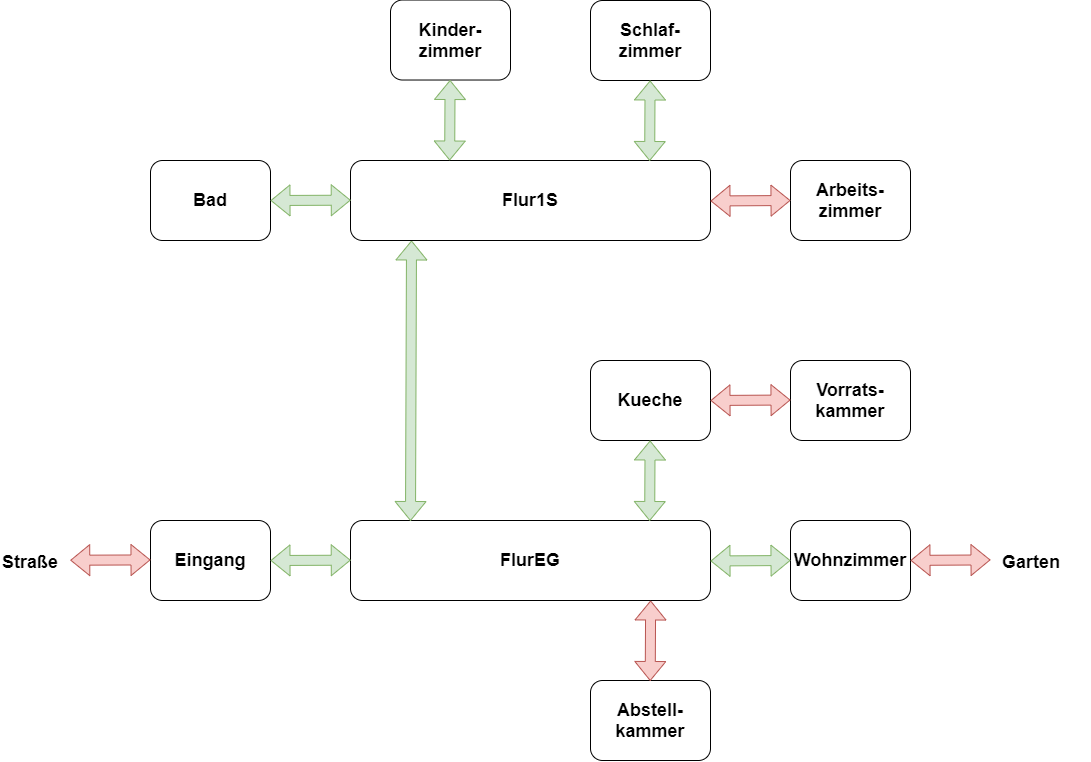
Above: Map.png in Elegond/AE-Text-Adventure (draw.io), before the change. Source tidied: cells renumbered, new cells last; positions are measured from the earlier drawing's top-left corner, leaving out a move shared by most shapes.
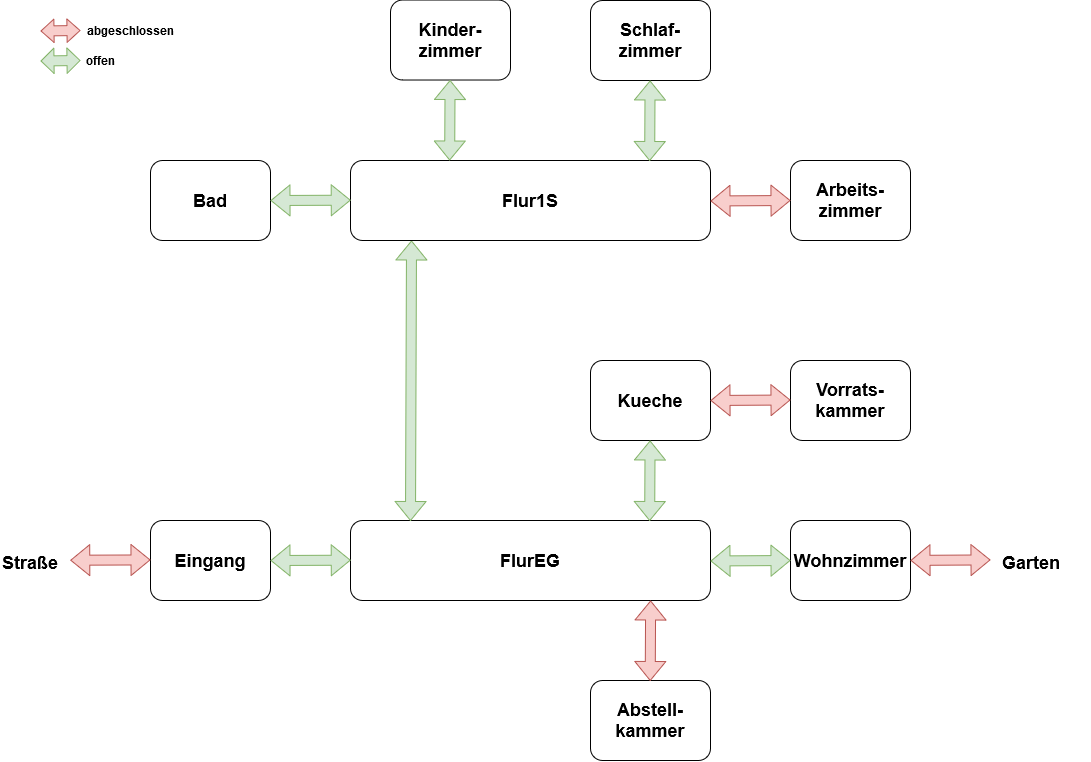
Later version of the same file.

The edit, as a diff of the source:
```diff
@@ -107,5 +107,23 @@
     <mxCell id="26" value="&lt;h2&gt;Straße&lt;/h2&gt;" style="text;whiteSpace=wrap;html=1;" parent="1" vertex="1">
       <mxGeometry y="530" width="140" height="60" as="geometry" />
     </mxCell>
+    <mxCell id="27" style="shape=flexArrow;endArrow=classic;startArrow=classic;html=1;exitX=0.831;exitY=0.006;exitDx=0;exitDy=0;exitPerimeter=0;fillColor=#f8cecc;strokeColor=#b85450;endSize=4;startSize=4;startWidth=12.4;endWidth=12.4;" parent="1" edge="1">
+      <mxGeometry relative="1" as="geometry">
+        <mxPoint x="40" y="30.5" as="sourcePoint" />
+        <mxPoint x="80" y="30" as="targetPoint" />
+      </mxGeometry>
+    </mxCell>
+    <mxCell id="28" style="shape=flexArrow;endArrow=classic;startArrow=classic;html=1;exitX=0.831;exitY=0.006;exitDx=0;exitDy=0;exitPerimeter=0;fillColor=#d5e8d4;strokeColor=#82b366;endSize=4;startSize=4;endWidth=14.4;startWidth=14.4;" parent="1" edge="1">
+      <mxGeometry relative="1" as="geometry">
+        <mxPoint x="40" y="60.5" as="sourcePoint" />
+        <mxPoint x="80" y="60" as="targetPoint" />
+      </mxGeometry>
+    </mxCell>
+    <mxCell id="29" value="abgeschlossen" style="text;html=1;strokeColor=none;fillColor=none;align=center;verticalAlign=middle;whiteSpace=wrap;rounded=0;fontStyle=1;" parent="1" vertex="1">
+      <mxGeometry x="110" y="20" width="40" height="20" as="geometry" />
+    </mxCell>
+    <mxCell id="30" value="&lt;div&gt;offen&lt;/div&gt;" style="text;html=1;strokeColor=none;fillColor=none;align=center;verticalAlign=middle;whiteSpace=wrap;rounded=0;fontStyle=1;" parent="1" vertex="1">
+      <mxGeometry x="80" y="50" width="40" height="20" as="geometry" />
+    </mxCell>
   </root>
 </mxGraphModel>
```
